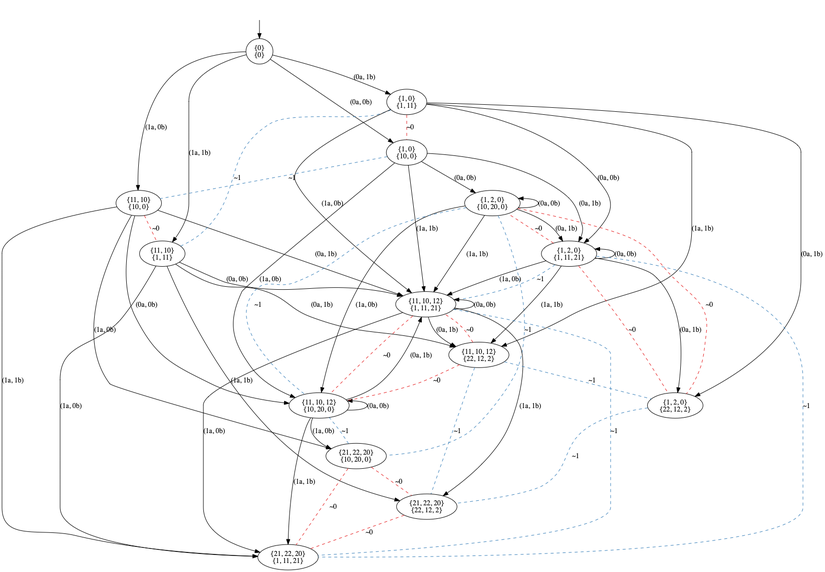
This is pictures/GK2.png from olandr/mkbsc, a Graphviz export, as it was before one commit. Its source is kept beside it as pictures/GK2.dot.
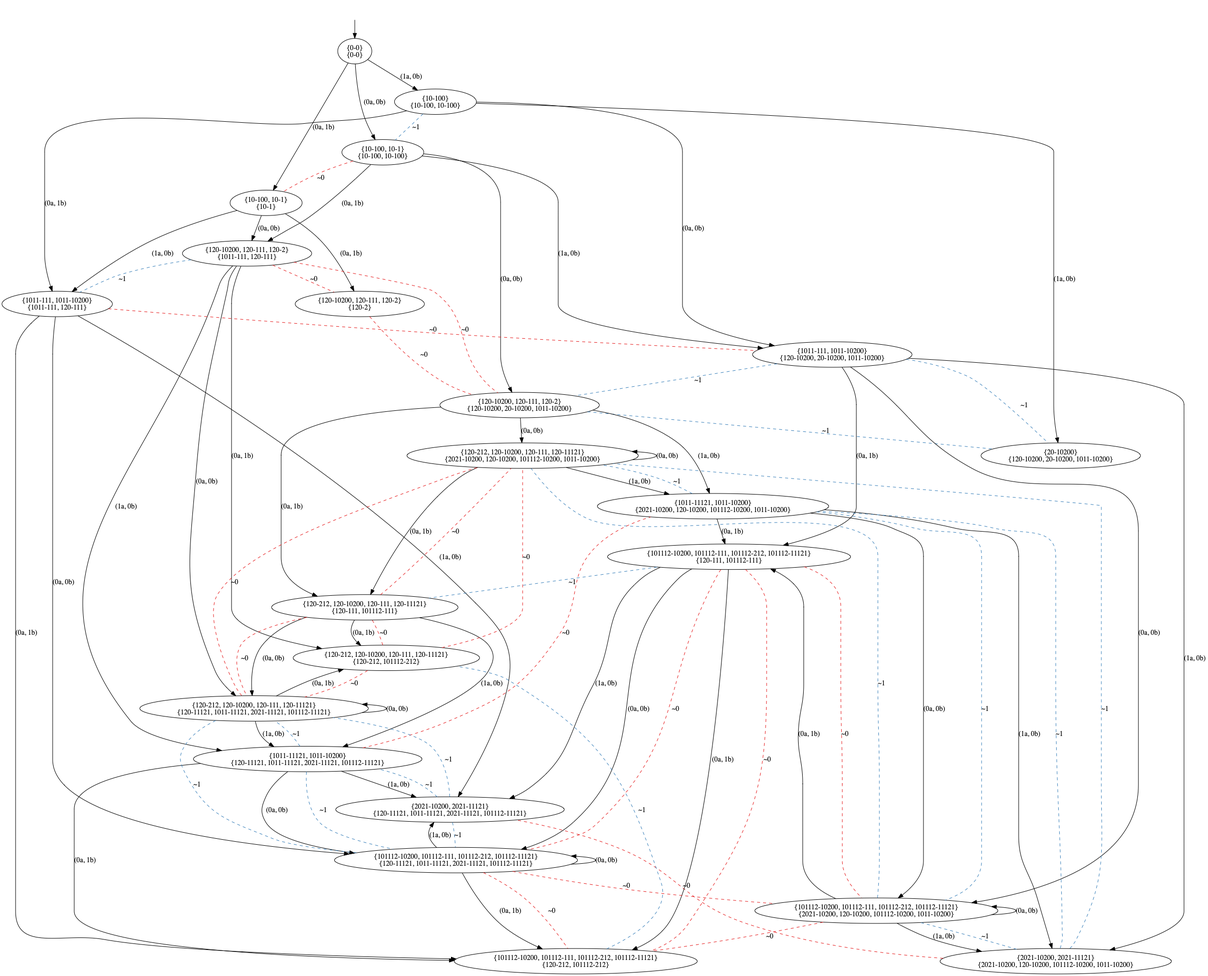
Above is the later version.

The edit, as a diff of the source:
```diff
@@ -3,78 +3,114 @@
 nodesep=0.5;
 ranksep=0.5;
 splines=True;
-4713533392 [label="{0}\n{0}"];
-4713531712 [label="{1, 0}\n{10, 0}"];
-4713530592 [label="{11, 10}\n{10, 0}"];
-4713533224 [label="{1, 0}\n{1, 11}"];
-4713529696 [label="{11, 10}\n{1, 11}"];
-4713531824 [label="{1, 2, 0}\n{10, 20, 0}"];
-4713530984 [label="{11, 10, 12}\n{10, 20, 0}"];
-4713531656 [label="{1, 2, 0}\n{1, 11, 21}"];
-4713532216 [label="{11, 10, 12}\n{1, 11, 21}"];
-4713609648 [label="{21, 22, 20}\n{10, 20, 0}"];
-4713609816 [label="{21, 22, 20}\n{1, 11, 21}"];
-4713610040 [label="{1, 2, 0}\n{22, 12, 2}"];
-4713610152 [label="{11, 10, 12}\n{22, 12, 2}"];
-4713610432 [label="{21, 22, 20}\n{22, 12, 2}"];
+4643922832 [label="{0-0}\n{0-0}"];
+4643922608 [label="{10-100, 10-1}\n{10-100, 10-100}"];
+4643923224 [label="{10-100}\n{10-100, 10-100}"];
+4643923168 [label="{10-100, 10-1}\n{10-1}"];
+4643922496 [label="{120-10200, 120-111, 120-2}\n{120-10200, 20-10200, 1011-10200}"];
+4643923896 [label="{1011-111, 1011-10200}\n{120-10200, 20-10200, 1011-10200}"];
+4643922048 [label="{120-10200, 120-111, 120-2}\n{1011-111, 120-111}"];
+4643923056 [label="{20-10200}\n{120-10200, 20-10200, 1011-10200}"];
+4643934392 [label="{1011-111, 1011-10200}\n{1011-111, 120-111}"];
+4644199224 [label="{120-10200, 120-111, 120-2}\n{120-2}"];
+4644198384 [label="{120-212, 120-10200, 120-111, 120-11121}\n{2021-10200, 120-10200, 101112-10200, 1011-10200}"];
+4644198608 [label="{1011-11121, 1011-10200}\n{2021-10200, 120-10200, 101112-10200, 1011-10200}"];
+4644198720 [label="{120-212, 120-10200, 120-111, 120-11121}\n{120-111, 101112-111}"];
+4644198888 [label="{101112-10200, 101112-111, 101112-212, 101112-11121}\n{2021-10200, 120-10200, 101112-10200, 1011-10200}"];
+4644199112 [label="{2021-10200, 2021-11121}\n{2021-10200, 120-10200, 101112-10200, 1011-10200}"];
+4644198272 [label="{101112-10200, 101112-111, 101112-212, 101112-11121}\n{120-111, 101112-111}"];
+4644198496 [label="{120-212, 120-10200, 120-111, 120-11121}\n{120-11121, 1011-11121, 2021-11121, 101112-11121}"];
+4644118088 [label="{1011-11121, 1011-10200}\n{120-11121, 1011-11121, 2021-11121, 101112-11121}"];
+4644116856 [label="{120-212, 120-10200, 120-111, 120-11121}\n{120-212, 101112-212}"];
+4644229192 [label="{101112-10200, 101112-111, 101112-212, 101112-11121}\n{120-11121, 1011-11121, 2021-11121, 101112-11121}"];
+4644356560 [label="{2021-10200, 2021-11121}\n{120-11121, 1011-11121, 2021-11121, 101112-11121}"];
+4644356672 [label="{101112-10200, 101112-111, 101112-212, 101112-11121}\n{120-212, 101112-212}"];
 hidden [label="", shape=none];
-4713533392 -> 4713531712  [action="('0a', '0b')", key="('0a', '0b')", label="(0a, 0b)"];
-4713533392 -> 4713530592  [action="('1a', '0b')", key="('1a', '0b')", label="(1a, 0b)"];
-4713533392 -> 4713533224  [action="('0a', '1b')", key="('0a', '1b')", label="(0a, 1b)"];
-4713533392 -> 4713529696  [action="('1a', '1b')", key="('1a', '1b')", label="(1a, 1b)"];
-4713531712 -> 4713531824  [action="('0a', '0b')", key="('0a', '0b')", label="(0a, 0b)"];
-4713531712 -> 4713530984  [action="('1a', '0b')", key="('1a', '0b')", label="(1a, 0b)"];
-4713531712 -> 4713531656  [action="('0a', '1b')", key="('0a', '1b')", label="(0a, 1b)"];
-4713531712 -> 4713532216  [action="('1a', '1b')", key="('1a', '1b')", label="(1a, 1b)"];
-4713531712 -> 4713530592  [arrowhead=none, color=2, colorscheme=set19, constraint=True, key=0, label="~1", style=dashed];
-4713530592 -> 4713530984  [action="('0a', '0b')", key="('0a', '0b')", label="(0a, 0b)"];
-4713530592 -> 4713609648  [action="('1a', '0b')", key="('1a', '0b')", label="(1a, 0b)"];
-4713530592 -> 4713532216  [action="('0a', '1b')", key="('0a', '1b')", label="(0a, 1b)"];
-4713530592 -> 4713609816  [action="('1a', '1b')", key="('1a', '1b')", label="(1a, 1b)"];
-4713530592 -> 4713529696  [arrowhead=none, color=1, colorscheme=set19, constraint=True, key=0, label="~0", style=dashed];
-4713533224 -> 4713531656  [action="('0a', '0b')", key="('0a', '0b')", label="(0a, 0b)"];
-4713533224 -> 4713532216  [action="('1a', '0b')", key="('1a', '0b')", label="(1a, 0b)"];
-4713533224 -> 4713610040  [action="('0a', '1b')", key="('0a', '1b')", label="(0a, 1b)"];
-4713533224 -> 4713610152  [action="('1a', '1b')", key="('1a', '1b')", label="(1a, 1b)"];
-4713533224 -> 4713531712  [arrowhead=none, color=1, colorscheme=set19, constraint=True, key=0, label="~0", style=dashed];
-4713533224 -> 4713529696  [arrowhead=none, color=2, colorscheme=set19, constraint=True, key=0, label="~1", style=dashed];
-4713529696 -> 4713532216  [action="('0a', '0b')", key="('0a', '0b')", label="(0a, 0b)"];
-4713529696 -> 4713609816  [action="('1a', '0b')", key="('1a', '0b')", label="(1a, 0b)"];
-4713529696 -> 4713610152  [action="('0a', '1b')", key="('0a', '1b')", label="(0a, 1b)"];
-4713529696 -> 4713610432  [action="('1a', '1b')", key="('1a', '1b')", label="(1a, 1b)"];
-4713531824 -> 4713531824  [action="('0a', '0b')", dir=back, key="('0a', '0b')", label="(0a, 0b)"];
-4713531824 -> 4713530984  [action="('1a', '0b')", key="('1a', '0b')", label="(1a, 0b)"];
-4713531824 -> 4713530984  [arrowhead=none, color=2, colorscheme=set19, constraint=True, key=1, label="~1", style=dashed];
-4713531824 -> 4713531656  [action="('0a', '1b')", key="('0a', '1b')", label="(0a, 1b)"];
-4713531824 -> 4713532216  [action="('1a', '1b')", key="('1a', '1b')", label="(1a, 1b)"];
-4713531824 -> 4713610040  [arrowhead=none, color=1, colorscheme=set19, constraint=True, key=0, label="~0", style=dashed];
-4713531824 -> 4713609648  [arrowhead=none, color=2, colorscheme=set19, constraint=True, key=0, label="~1", style=dashed];
-4713530984 -> 4713530984  [action="('0a', '0b')", dir=back, key="('0a', '0b')", label="(0a, 0b)"];
-4713530984 -> 4713609648  [action="('1a', '0b')", key="('1a', '0b')", label="(1a, 0b)"];
-4713530984 -> 4713532216  [action="('0a', '1b')", key="('0a', '1b')", label="(0a, 1b)"];
-4713530984 -> 4713609816  [action="('1a', '1b')", key="('1a', '1b')", label="(1a, 1b)"];
-4713531656 -> 4713531656  [action="('0a', '0b')", dir=back, key="('0a', '0b')", label="(0a, 0b)"];
-4713531656 -> 4713532216  [action="('1a', '0b')", key="('1a', '0b')", label="(1a, 0b)"];
-4713531656 -> 4713532216  [arrowhead=none, color=2, colorscheme=set19, constraint=True, key=1, label="~1", style=dashed];
-4713531656 -> 4713610040  [action="('0a', '1b')", key="('0a', '1b')", label="(0a, 1b)"];
-4713531656 -> 4713610040  [arrowhead=none, color=1, colorscheme=set19, constraint=True, key=1, label="~0", style=dashed];
-4713531656 -> 4713610152  [action="('1a', '1b')", key="('1a', '1b')", label="(1a, 1b)"];
-4713531656 -> 4713531824  [arrowhead=none, color=1, colorscheme=set19, constraint=True, key=0, label="~0", style=dashed];
-4713531656 -> 4713609816  [arrowhead=none, color=2, colorscheme=set19, constraint=True, key=0, label="~1", style=dashed];
-4713532216 -> 4713532216  [action="('0a', '0b')", dir=back, key="('0a', '0b')", label="(0a, 0b)"];
-4713532216 -> 4713609816  [action="('1a', '0b')", key="('1a', '0b')", label="(1a, 0b)"];
-4713532216 -> 4713609816  [arrowhead=none, color=2, colorscheme=set19, constraint=True, key=1, label="~1", style=dashed];
-4713532216 -> 4713610152  [action="('0a', '1b')", key="('0a', '1b')", label="(0a, 1b)"];
-4713532216 -> 4713610432  [action="('1a', '1b')", key="('1a', '1b')", label="(1a, 1b)"];
-4713532216 -> 4713530984  [arrowhead=none, color=1, colorscheme=set19, constraint=True, key=0, label="~0", style=dashed];
-4713609648 -> 4713610432  [arrowhead=none, color=1, colorscheme=set19, constraint=True, key=0, label="~0", style=dashed];
-4713609648 -> 4713609816  [arrowhead=none, color=1, colorscheme=set19, constraint=True, key=0, label="~0", style=dashed];
-4713609648 -> 4713530984  [arrowhead=none, color=2, colorscheme=set19, constraint=True, key=0, label="~1", style=dashed];
-4713610040 -> 4713610432  [arrowhead=none, color=2, colorscheme=set19, constraint=True, key=0, label="~1", style=dashed];
-4713610152 -> 4713532216  [arrowhead=none, color=1, colorscheme=set19, constraint=True, key=0, label="~0", style=dashed];
-4713610152 -> 4713530984  [arrowhead=none, color=1, colorscheme=set19, constraint=True, key=0, label="~0", style=dashed];
-4713610152 -> 4713610040  [arrowhead=none, color=2, colorscheme=set19, constraint=True, key=0, label="~1", style=dashed];
-4713610152 -> 4713610432  [arrowhead=none, color=2, colorscheme=set19, constraint=True, key=0, label="~1", style=dashed];
-4713610432 -> 4713609816  [arrowhead=none, color=1, colorscheme=set19, constraint=True, key=0, label="~0", style=dashed];
-hidden -> 4713533392  [key=0];
+4643922832 -> 4643922608  [action="('0a', '0b')", key="('0a', '0b')", label="(0a, 0b)"];
+4643922832 -> 4643923224  [action="('1a', '0b')", key="('1a', '0b')", label="(1a, 0b)"];
+4643922832 -> 4643923168  [action="('0a', '1b')", key="('0a', '1b')", label="(0a, 1b)"];
+4643922608 -> 4643922496  [action="('0a', '0b')", key="('0a', '0b')", label="(0a, 0b)"];
+4643922608 -> 4643923896  [action="('1a', '0b')", key="('1a', '0b')", label="(1a, 0b)"];
+4643922608 -> 4643922048  [action="('0a', '1b')", key="('0a', '1b')", label="(0a, 1b)"];
+4643922608 -> 4643923168  [arrowhead=none, color=1, colorscheme=set19, constraint=True, key=0, label="~0", style=dashed];
+4643923224 -> 4643923896  [action="('0a', '0b')", key="('0a', '0b')", label="(0a, 0b)"];
+4643923224 -> 4643923056  [action="('1a', '0b')", key="('1a', '0b')", label="(1a, 0b)"];
+4643923224 -> 4643934392  [action="('0a', '1b')", key="('0a', '1b')", label="(0a, 1b)"];
+4643923224 -> 4643922608  [arrowhead=none, color=2, colorscheme=set19, constraint=True, key=0, label="~1", style=dashed];
+4643923168 -> 4643922048  [action="('0a', '0b')", key="('0a', '0b')", label="(0a, 0b)"];
+4643923168 -> 4643934392  [action="('1a', '0b')", key="('1a', '0b')", label="(1a, 0b)"];
+4643923168 -> 4644199224  [action="('0a', '1b')", key="('0a', '1b')", label="(0a, 1b)"];
+4643922496 -> 4644198384  [action="('0a', '0b')", key="('0a', '0b')", label="(0a, 0b)"];
+4643922496 -> 4644198608  [action="('1a', '0b')", key="('1a', '0b')", label="(1a, 0b)"];
+4643922496 -> 4644198720  [action="('0a', '1b')", key="('0a', '1b')", label="(0a, 1b)"];
+4643922496 -> 4643923056  [arrowhead=none, color=2, colorscheme=set19, constraint=True, key=0, label="~1", style=dashed];
+4643923896 -> 4644198888  [action="('0a', '0b')", key="('0a', '0b')", label="(0a, 0b)"];
+4643923896 -> 4644199112  [action="('1a', '0b')", key="('1a', '0b')", label="(1a, 0b)"];
+4643923896 -> 4644198272  [action="('0a', '1b')", key="('0a', '1b')", label="(0a, 1b)"];
+4643923896 -> 4643922496  [arrowhead=none, color=2, colorscheme=set19, constraint=True, key=0, label="~1", style=dashed];
+4643923896 -> 4643923056  [arrowhead=none, color=2, colorscheme=set19, constraint=True, key=0, label="~1", style=dashed];
+4643922048 -> 4644198496  [action="('0a', '0b')", key="('0a', '0b')", label="(0a, 0b)"];
+4643922048 -> 4644118088  [action="('1a', '0b')", key="('1a', '0b')", label="(1a, 0b)"];
+4643922048 -> 4644116856  [action="('0a', '1b')", key="('0a', '1b')", label="(0a, 1b)"];
+4643922048 -> 4644199224  [arrowhead=none, color=1, colorscheme=set19, constraint=True, key=0, label="~0", style=dashed];
+4643922048 -> 4643922496  [arrowhead=none, color=1, colorscheme=set19, constraint=True, key=0, label="~0", style=dashed];
+4643922048 -> 4643934392  [arrowhead=none, color=2, colorscheme=set19, constraint=True, key=0, label="~1", style=dashed];
+4643934392 -> 4644229192  [action="('0a', '0b')", key="('0a', '0b')", label="(0a, 0b)"];
+4643934392 -> 4644356560  [action="('1a', '0b')", key="('1a', '0b')", label="(1a, 0b)"];
+4643934392 -> 4644356672  [action="('0a', '1b')", key="('0a', '1b')", label="(0a, 1b)"];
+4643934392 -> 4643923896  [arrowhead=none, color=1, colorscheme=set19, constraint=True, key=0, label="~0", style=dashed];
+4644199224 -> 4643922496  [arrowhead=none, color=1, colorscheme=set19, constraint=True, key=0, label="~0", style=dashed];
+4644198384 -> 4644198384  [action="('0a', '0b')", dir=back, key="('0a', '0b')", label="(0a, 0b)"];
+4644198384 -> 4644198608  [action="('1a', '0b')", key="('1a', '0b')", label="(1a, 0b)"];
+4644198384 -> 4644198720  [action="('0a', '1b')", key="('0a', '1b')", label="(0a, 1b)"];
+4644198608 -> 4644198888  [action="('0a', '0b')", key="('0a', '0b')", label="(0a, 0b)"];
+4644198608 -> 4644198888  [arrowhead=none, color=2, colorscheme=set19, constraint=True, key=1, label="~1", style=dashed];
+4644198608 -> 4644199112  [action="('1a', '0b')", key="('1a', '0b')", label="(1a, 0b)"];
+4644198608 -> 4644198272  [action="('0a', '1b')", key="('0a', '1b')", label="(0a, 1b)"];
+4644198608 -> 4644198384  [arrowhead=none, color=2, colorscheme=set19, constraint=True, key=0, label="~1", style=dashed];
+4644198720 -> 4644198496  [action="('0a', '0b')", key="('0a', '0b')", label="(0a, 0b)"];
+4644198720 -> 4644198496  [arrowhead=none, color=1, colorscheme=set19, constraint=True, key=1, label="~0", style=dashed];
+4644198720 -> 4644118088  [action="('1a', '0b')", key="('1a', '0b')", label="(1a, 0b)"];
+4644198720 -> 4644116856  [action="('0a', '1b')", key="('0a', '1b')", label="(0a, 1b)"];
+4644198720 -> 4644198384  [arrowhead=none, color=1, colorscheme=set19, constraint=True, key=0, label="~0", style=dashed];
+4644198888 -> 4644198888  [action="('0a', '0b')", dir=back, key="('0a', '0b')", label="(0a, 0b)"];
+4644198888 -> 4644199112  [action="('1a', '0b')", key="('1a', '0b')", label="(1a, 0b)"];
+4644198888 -> 4644198272  [action="('0a', '1b')", key="('0a', '1b')", label="(0a, 1b)"];
+4644198888 -> 4644356672  [arrowhead=none, color=1, colorscheme=set19, constraint=True, key=0, label="~0", style=dashed];
+4644198888 -> 4644198384  [arrowhead=none, color=2, colorscheme=set19, constraint=True, key=0, label="~1", style=dashed];
+4644199112 -> 4644356560  [arrowhead=none, color=1, colorscheme=set19, constraint=True, key=0, label="~0", style=dashed];
+4644199112 -> 4644198608  [arrowhead=none, color=2, colorscheme=set19, constraint=True, key=0, label="~1", style=dashed];
+4644199112 -> 4644198888  [arrowhead=none, color=2, colorscheme=set19, constraint=True, key=0, label="~1", style=dashed];
+4644199112 -> 4644198384  [arrowhead=none, color=2, colorscheme=set19, constraint=True, key=0, label="~1", style=dashed];
+4644198272 -> 4644229192  [action="('0a', '0b')", key="('0a', '0b')", label="(0a, 0b)"];
+4644198272 -> 4644229192  [arrowhead=none, color=1, colorscheme=set19, constraint=True, key=1, label="~0", style=dashed];
+4644198272 -> 4644356560  [action="('1a', '0b')", key="('1a', '0b')", label="(1a, 0b)"];
+4644198272 -> 4644356672  [action="('0a', '1b')", key="('0a', '1b')", label="(0a, 1b)"];
+4644198272 -> 4644356672  [arrowhead=none, color=1, colorscheme=set19, constraint=True, key=1, label="~0", style=dashed];
+4644198272 -> 4644198888  [arrowhead=none, color=1, colorscheme=set19, constraint=True, key=0, label="~0", style=dashed];
+4644198272 -> 4644198720  [arrowhead=none, color=2, colorscheme=set19, constraint=True, key=0, label="~1", style=dashed];
+4644198496 -> 4644198496  [action="('0a', '0b')", dir=back, key="('0a', '0b')", label="(0a, 0b)"];
+4644198496 -> 4644118088  [action="('1a', '0b')", key="('1a', '0b')", label="(1a, 0b)"];
+4644198496 -> 4644116856  [action="('0a', '1b')", key="('0a', '1b')", label="(0a, 1b)"];
+4644198496 -> 4644198384  [arrowhead=none, color=1, colorscheme=set19, constraint=True, key=0, label="~0", style=dashed];
+4644118088 -> 4644229192  [action="('0a', '0b')", key="('0a', '0b')", label="(0a, 0b)"];
+4644118088 -> 4644229192  [arrowhead=none, color=2, colorscheme=set19, constraint=True, key=1, label="~1", style=dashed];
+4644118088 -> 4644356560  [action="('1a', '0b')", key="('1a', '0b')", label="(1a, 0b)"];
+4644118088 -> 4644356672  [action="('0a', '1b')", key="('0a', '1b')", label="(0a, 1b)"];
+4644118088 -> 4644198608  [arrowhead=none, color=1, colorscheme=set19, constraint=True, key=0, label="~0", style=dashed];
+4644118088 -> 4644198496  [arrowhead=none, color=2, colorscheme=set19, constraint=True, key=0, label="~1", style=dashed];
+4644116856 -> 4644198720  [arrowhead=none, color=1, colorscheme=set19, constraint=True, key=0, label="~0", style=dashed];
+4644116856 -> 4644198496  [arrowhead=none, color=1, colorscheme=set19, constraint=True, key=0, label="~0", style=dashed];
+4644116856 -> 4644198384  [arrowhead=none, color=1, colorscheme=set19, constraint=True, key=0, label="~0", style=dashed];
+4644229192 -> 4644229192  [action="('0a', '0b')", dir=back, key="('0a', '0b')", label="(0a, 0b)"];
+4644229192 -> 4644356560  [action="('1a', '0b')", key="('1a', '0b')", label="(1a, 0b)"];
+4644229192 -> 4644356672  [action="('0a', '1b')", key="('0a', '1b')", label="(0a, 1b)"];
+4644229192 -> 4644356672  [arrowhead=none, color=1, colorscheme=set19, constraint=True, key=1, label="~0", style=dashed];
+4644229192 -> 4644198888  [arrowhead=none, color=1, colorscheme=set19, constraint=True, key=0, label="~0", style=dashed];
+4644229192 -> 4644198496  [arrowhead=none, color=2, colorscheme=set19, constraint=True, key=0, label="~1", style=dashed];
+4644356560 -> 4644118088  [arrowhead=none, color=2, colorscheme=set19, constraint=True, key=0, label="~1", style=dashed];
+4644356560 -> 4644229192  [arrowhead=none, color=2, colorscheme=set19, constraint=True, key=0, label="~1", style=dashed];
+4644356560 -> 4644198496  [arrowhead=none, color=2, colorscheme=set19, constraint=True, key=0, label="~1", style=dashed];
+4644356672 -> 4644116856  [arrowhead=none, color=2, colorscheme=set19, constraint=True, key=0, label="~1", style=dashed];
+hidden -> 4643922832  [key=0];
 }
```
